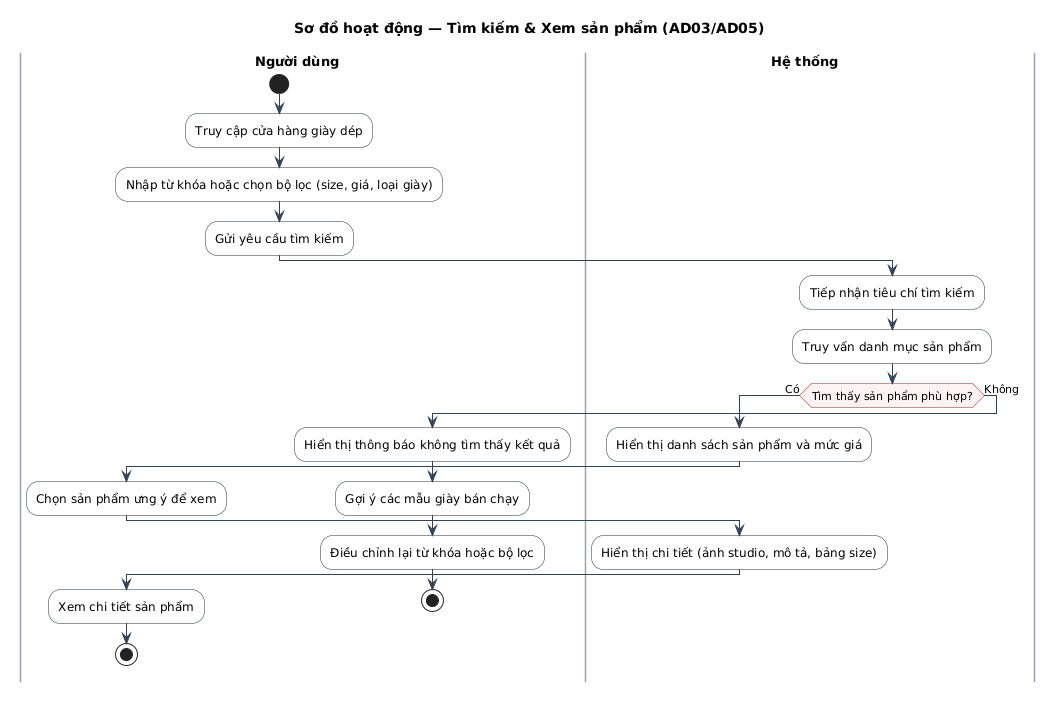
Above: docs/diagrams/activity/AD03_TIM_KIEM_LOC_SAN_PHAM.png in dungtttd01702-coder/vamos-store (PlantUML), before the change.
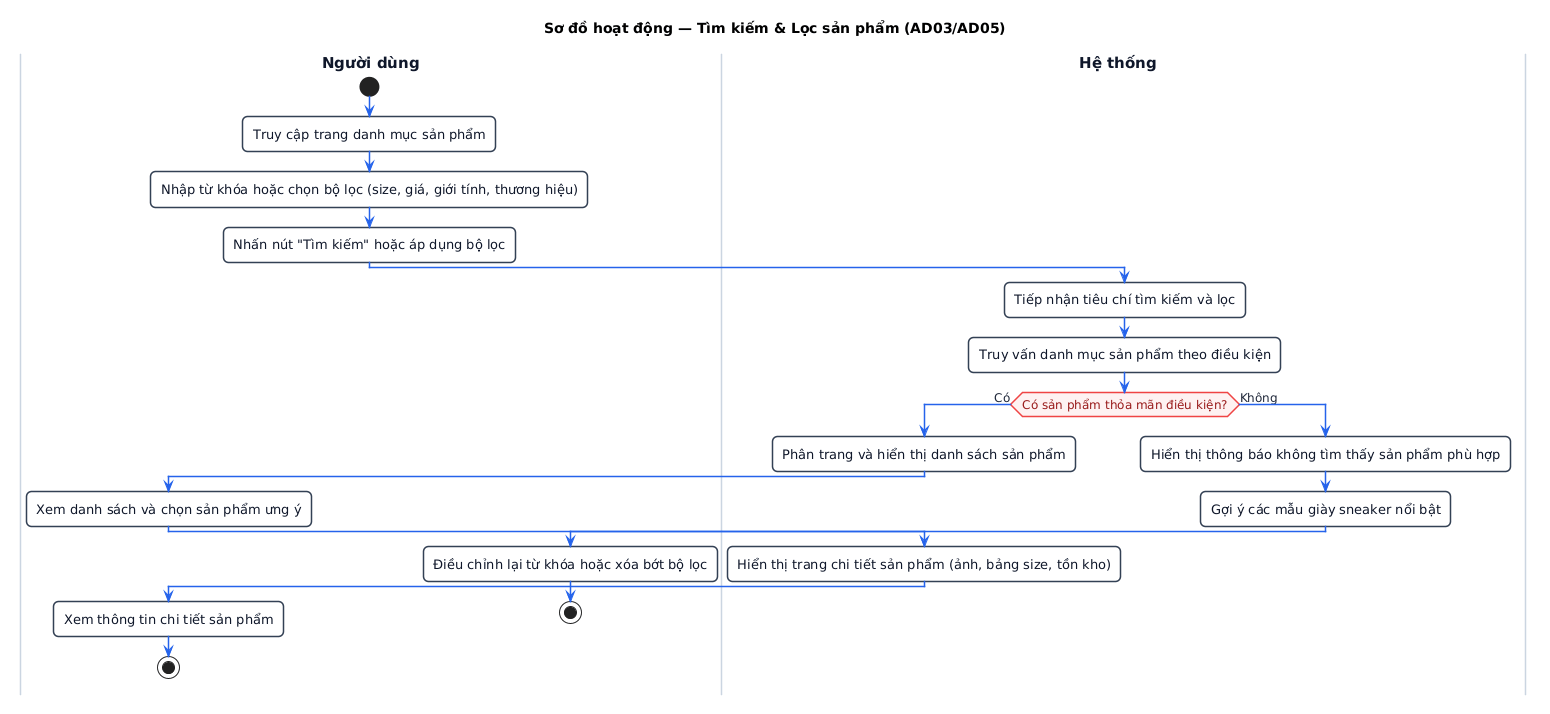
The same diagram one commit later.

The edit, as a diff of the source:
```diff
@@ -1,44 +1,61 @@
 @startuml
-title Sơ đồ hoạt động — Tìm kiếm & Xem sản phẩm (AD03/AD05)
+title Sơ đồ hoạt động — Tìm kiếm & Lọc sản phẩm (AD03/AD05)
 
-skinparam defaultFontName "Arial"
-skinparam defaultFontSize 12
-skinparam ActivityFontSize 12
-skinparam ActivityBorderColor #1e293b
+skinparam defaultFontName "Segoe UI, Arial, sans-serif"
+skinparam defaultFontSize 13
+skinparam roundCorner 10
+skinparam shadowing false
+
+skinparam ActivityFontSize 13
+skinparam ActivityFontColor #0f172a
+skinparam ActivityBorderColor #334155
+skinparam ActivityBorderThickness 1.5
 skinparam ActivityBackgroundColor #ffffff
-skinparam ActivityDiamondBorderColor #b91c1c
+
+skinparam ActivityDiamondFontSize 12
+skinparam ActivityDiamondFontColor #991b1b
+skinparam ActivityDiamondBorderColor #ef4444
+skinparam ActivityDiamondBorderThickness 1.5
 skinparam ActivityDiamondBackgroundColor #fef2f2
-skinparam ActivityDiamondFontSize 11
-skinparam ArrowColor #334155
-skinparam ArrowFontSize 11
-skinparam SwimlaneTitleFontSize 13
+
+skinparam ArrowColor #2563eb
+skinparam ArrowFontSize 12
+skinparam ArrowFontColor #1e293b
+skinparam ArrowThickness 1.5
+
+skinparam SwimlaneTitleFontSize 15
 skinparam SwimlaneTitleFontStyle bold
-skinparam SwimlaneBorderColor #94a3b8
-skinparam SwimlaneWidth same
+skinparam SwimlaneTitleFontColor #0f172a
+skinparam SwimlaneBorderColor #cbd5e1
+skinparam SwimlaneBorderThickness 1.5
+skinparam SwimlaneWidth 380
 
 |Người dùng|
 start
-:Truy cập cửa hàng giày dép;
-:Nhập từ khóa hoặc chọn bộ lọc (size, giá, loại giày);
-:Gửi yêu cầu tìm kiếm;
+:Truy cập trang danh mục sản phẩm;
+:Nhập từ khóa hoặc chọn bộ lọc (size, giá, giới tính, thương hiệu);
+:Nhấn nút "Tìm kiếm" hoặc áp dụng bộ lọc;
 
 |Hệ thống|
-:Tiếp nhận tiêu chí tìm kiếm;
-:Truy vấn danh mục sản phẩm;
-if (Tìm thấy sản phẩm phù hợp?) then (Có)
-  :Hiển thị danh sách sản phẩm và mức giá;
+:Tiếp nhận tiêu chí tìm kiếm và lọc;
+:Truy vấn danh mục sản phẩm theo điều kiện;
+
+if (Có sản phẩm thỏa mãn điều kiện?) then (Có)
+  |Hệ thống|
+  :Phân trang và hiển thị danh sách sản phẩm;
   |Người dùng|
-  :Chọn sản phẩm ưng ý để xem;
+  :Xem danh sách và chọn sản phẩm ưng ý;
   |Hệ thống|
-  :Hiển thị chi tiết (ảnh studio, mô tả, bảng size);
+  :Hiển thị trang chi tiết sản phẩm (ảnh, bảng size, tồn kho);
   |Người dùng|
-  :Xem chi tiết sản phẩm;
+  :Xem thông tin chi tiết sản phẩm;
   stop
 else (Không)
-  :Hiển thị thông báo không tìm thấy kết quả;
-  :Gợi ý các mẫu giày bán chạy;
+  |Hệ thống|
+  :Hiển thị thông báo không tìm thấy sản phẩm phù hợp;
+  :Gợi ý các mẫu giày sneaker nổi bật;
   |Người dùng|
-  :Điều chỉnh lại từ khóa hoặc bộ lọc;
+  :Điều chỉnh lại từ khóa hoặc xóa bớt bộ lọc;
   stop
 endif
 @enduml
```
